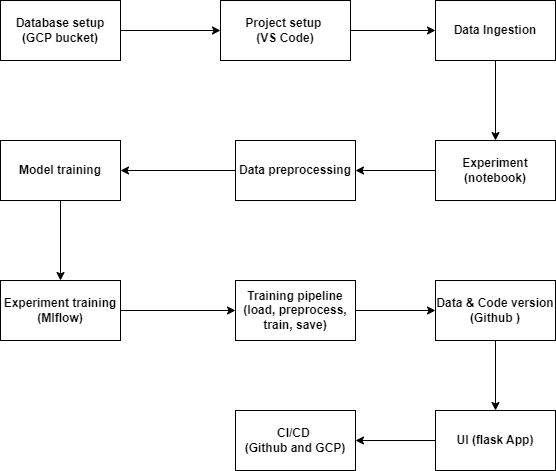
Earlier version of the draw.io export public/flow.png (WeOnlyLiveOnce13/MLOps-hotel-reservation-prediction). Source tidied: cells renumbered, new cells last; positions are measured from the earlier drawing's top-left corner, leaving out a move shared by most shapes.
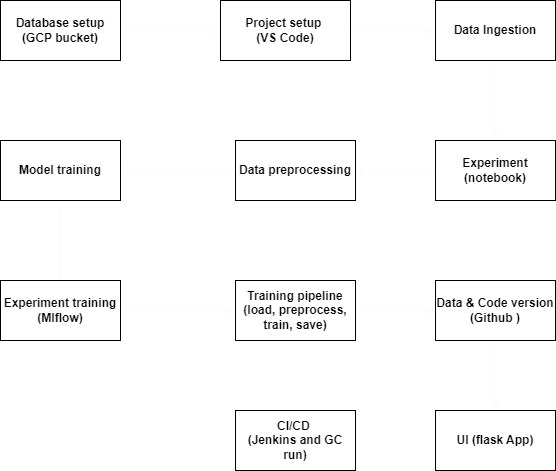
After the commit.

Commit message:
added flask app, docker for jenkins and jenkinsfile

The edit, as a diff of the source:
```diff
@@ -2,7 +2,7 @@
   <root>
     <mxCell id="0" />
     <mxCell id="1" parent="0" />
-    <mxCell id="2" style="edgeStyle=none;html=1;" parent="1" edge="1" source="3">
+    <mxCell id="2" style="edgeStyle=none;html=1;strokeColor=#FCFCFC;" parent="1" edge="1" source="3">
       <mxGeometry relative="1" as="geometry">
         <mxPoint x="220" y="30" as="targetPoint" />
       </mxGeometry>
@@ -10,61 +10,61 @@
     <mxCell id="3" value="&lt;b&gt;Database setup&lt;/b&gt;&lt;div&gt;&lt;b&gt;(GCP bucket)&lt;/b&gt;&lt;/div&gt;" style="rounded=0;whiteSpace=wrap;html=1;" parent="1" vertex="1">
       <mxGeometry width="120" height="60" as="geometry" />
     </mxCell>
-    <mxCell id="4" style="edgeStyle=none;html=1;" parent="1" edge="1" source="5" target="7">
+    <mxCell id="4" style="edgeStyle=none;html=1;strokeColor=#FCFCFC;" parent="1" edge="1" source="5" target="7">
       <mxGeometry relative="1" as="geometry" />
     </mxCell>
     <mxCell id="5" value="&lt;b&gt;Project setup&amp;nbsp;&lt;/b&gt;&lt;div&gt;&lt;b&gt;(VS Code)&lt;/b&gt;&lt;/div&gt;" style="rounded=0;whiteSpace=wrap;html=1;" parent="1" vertex="1">
       <mxGeometry x="220" width="130" height="60" as="geometry" />
     </mxCell>
-    <mxCell id="6" style="edgeStyle=none;html=1;" parent="1" edge="1" source="7" target="9">
+    <mxCell id="6" style="edgeStyle=none;html=1;strokeColor=#FCFCFC;" parent="1" edge="1" source="7" target="9">
       <mxGeometry relative="1" as="geometry" />
     </mxCell>
     <mxCell id="7" value="Data Ingestion" style="whiteSpace=wrap;html=1;rounded=0;fontStyle=1;" parent="1" vertex="1">
       <mxGeometry x="435" width="120" height="60" as="geometry" />
     </mxCell>
-    <mxCell id="8" style="edgeStyle=none;html=1;" parent="1" edge="1" source="9" target="11">
+    <mxCell id="8" style="edgeStyle=none;html=1;strokeColor=#FCFCFC;" parent="1" edge="1" source="9" target="11">
       <mxGeometry relative="1" as="geometry" />
     </mxCell>
     <mxCell id="9" value="&lt;b&gt;Experiment&lt;/b&gt;&lt;div&gt;&lt;b&gt;(notebook)&lt;/b&gt;&lt;/div&gt;" style="whiteSpace=wrap;html=1;rounded=0;fontStyle=0;" parent="1" vertex="1">
       <mxGeometry x="435" y="140" width="120" height="60" as="geometry" />
     </mxCell>
-    <mxCell id="10" style="edgeStyle=none;html=1;" parent="1" edge="1" source="11" target="13">
+    <mxCell id="10" style="edgeStyle=none;html=1;strokeColor=#FCFCFC;" parent="1" edge="1" source="11" target="13">
       <mxGeometry relative="1" as="geometry" />
     </mxCell>
     <mxCell id="11" value="&lt;b&gt;Data preprocessing&lt;/b&gt;" style="whiteSpace=wrap;html=1;rounded=0;fontStyle=0;" parent="1" vertex="1">
       <mxGeometry x="235" y="140" width="120" height="60" as="geometry" />
     </mxCell>
-    <mxCell id="12" style="edgeStyle=none;html=1;" parent="1" edge="1" source="13" target="15">
+    <mxCell id="12" style="edgeStyle=none;html=1;strokeColor=#FCFCFC;" parent="1" edge="1" source="13" target="15">
       <mxGeometry relative="1" as="geometry" />
     </mxCell>
     <mxCell id="13" value="Model training" style="whiteSpace=wrap;html=1;rounded=0;fontStyle=1;" parent="1" vertex="1">
       <mxGeometry y="140" width="120" height="60" as="geometry" />
     </mxCell>
-    <mxCell id="14" style="edgeStyle=none;html=1;" parent="1" edge="1" source="15" target="17">
+    <mxCell id="14" style="edgeStyle=none;html=1;strokeColor=#FCFCFC;" parent="1" edge="1" source="15" target="17">
       <mxGeometry relative="1" as="geometry" />
     </mxCell>
     <mxCell id="15" value="&lt;b&gt;Experiment training&lt;/b&gt;&lt;div&gt;&lt;b&gt;(Mlflow)&lt;/b&gt;&lt;/div&gt;" style="whiteSpace=wrap;html=1;rounded=0;fontStyle=0;" parent="1" vertex="1">
       <mxGeometry y="280" width="120" height="60" as="geometry" />
     </mxCell>
-    <mxCell id="16" style="edgeStyle=none;html=1;" parent="1" edge="1" source="17" target="19">
+    <mxCell id="16" style="edgeStyle=none;html=1;strokeColor=#FCFCFC;" parent="1" edge="1" source="17" target="19">
       <mxGeometry relative="1" as="geometry" />
     </mxCell>
     <mxCell id="17" value="Training pipeline&lt;div&gt;(load, preprocess, train, save)&lt;/div&gt;" style="whiteSpace=wrap;html=1;rounded=0;fontStyle=1;" parent="1" vertex="1">
       <mxGeometry x="235" y="280" width="120" height="60" as="geometry" />
     </mxCell>
-    <mxCell id="18" style="edgeStyle=none;html=1;" parent="1" edge="1" source="19" target="21">
+    <mxCell id="18" style="edgeStyle=none;html=1;strokeColor=#FCFCFC;" parent="1" edge="1" source="19" target="21">
       <mxGeometry relative="1" as="geometry" />
     </mxCell>
     <mxCell id="19" value="&lt;b&gt;Data &amp;amp; Code version&lt;/b&gt;&lt;div&gt;&lt;b&gt;(Github )&lt;/b&gt;&lt;/div&gt;" style="whiteSpace=wrap;html=1;rounded=0;fontStyle=0;" parent="1" vertex="1">
       <mxGeometry x="435" y="280" width="120" height="60" as="geometry" />
     </mxCell>
-    <mxCell id="20" style="edgeStyle=none;html=1;" parent="1" edge="1" source="21" target="22">
+    <mxCell id="20" style="edgeStyle=none;html=1;strokeColor=#FFFFFF;" parent="1" edge="1" source="21" target="22">
       <mxGeometry relative="1" as="geometry" />
     </mxCell>
     <mxCell id="21" value="UI (flask App)" style="whiteSpace=wrap;html=1;rounded=0;fontStyle=1;" parent="1" vertex="1">
       <mxGeometry x="435" y="410" width="120" height="60" as="geometry" />
     </mxCell>
-    <mxCell id="22" value="&lt;b&gt;CI/CD&amp;nbsp;&lt;/b&gt;&lt;div&gt;&lt;b&gt;(Github and GCP)&lt;/b&gt;&lt;/div&gt;" style="whiteSpace=wrap;html=1;rounded=0;fontStyle=0;" parent="1" vertex="1">
+    <mxCell id="22" value="&lt;b&gt;CI/CD&amp;nbsp;&lt;/b&gt;&lt;div&gt;&lt;b&gt;(Jenkins and GC run&lt;/b&gt;&lt;b style=&quot;background-color: transparent;&quot;&gt;)&lt;/b&gt;&lt;/div&gt;" style="whiteSpace=wrap;html=1;rounded=0;fontStyle=0;" parent="1" vertex="1">
       <mxGeometry x="235" y="410" width="120" height="60" as="geometry" />
     </mxCell>
   </root>
```
